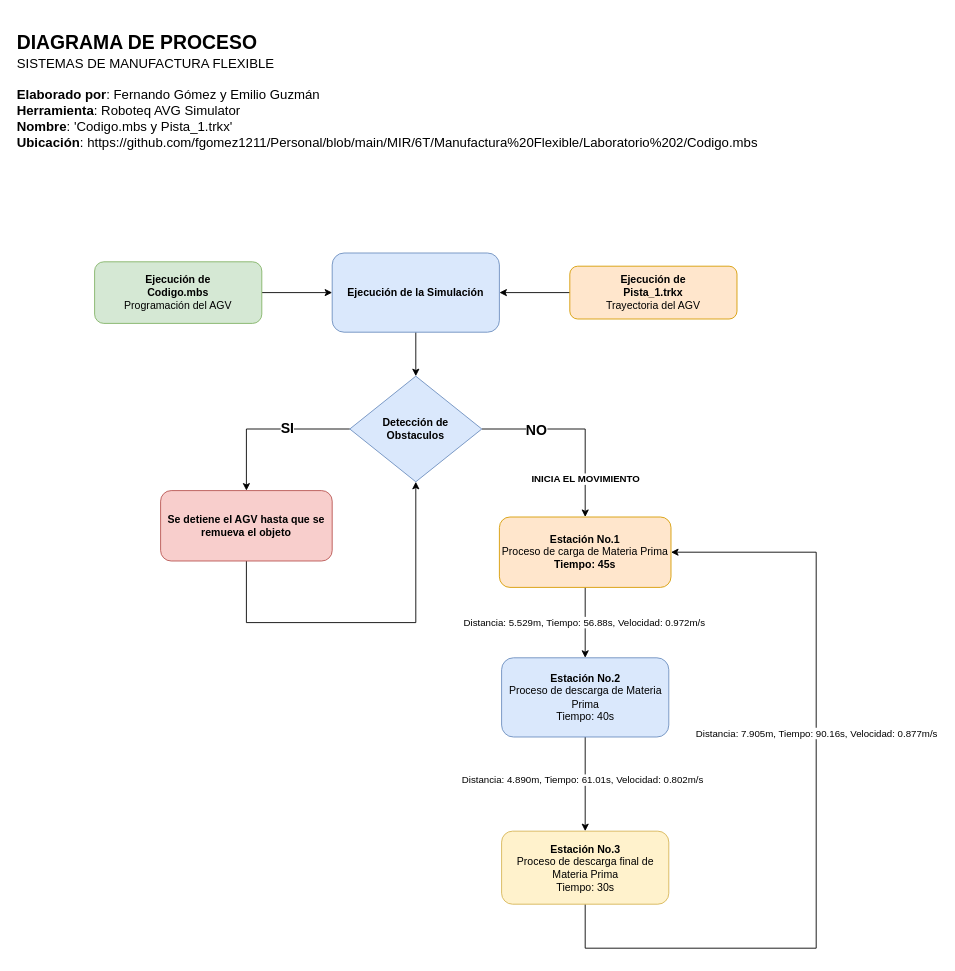
Above: MIR/6T/Automatizacion de Procesos Industriales/Laboratorio 2/Laboratorio 2 - Diagrama de Proceso.drawio in fgomez1211/Personal (draw.io), before the change. Source tidied: cells renumbered, new cells numbered last; positions are measured from the earlier drawing's top-left corner, leaving out a move shared by most shapes. Both pictures are drawn from the tidied source at 88%, with x=0, y=0 at pixel (15, 15).
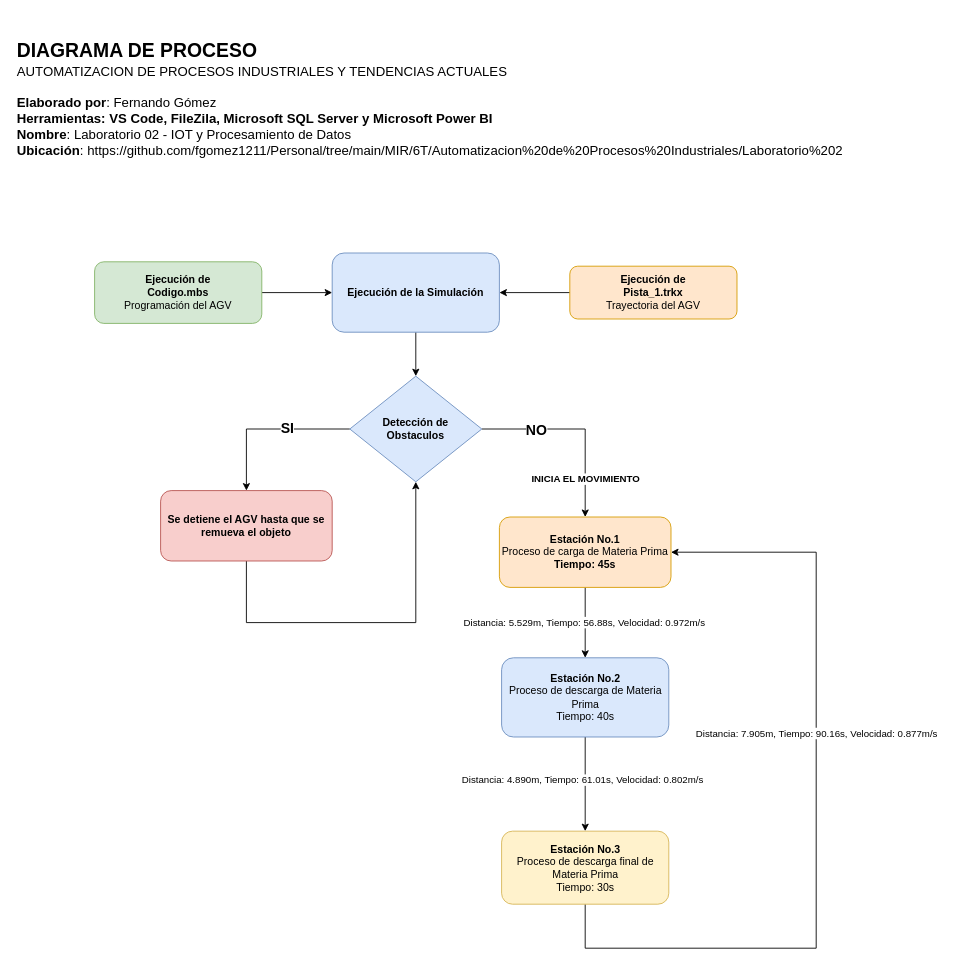
Above is the later version.

Diff of the diagram source:
```diff
@@
-    <mxCell id="9" value="&lt;b style=&quot;font-size: 22px;&quot;&gt;DIAGRAMA DE PROCESO&lt;br&gt;&lt;/b&gt;&lt;font style=&quot;font-size: 15px;&quot;&gt;&lt;span style=&quot;font-size: 15px;&quot;&gt;SISTEMAS DE MANUFACTURA FLEXIBLE&lt;br&gt;&lt;/span&gt;&lt;br&gt;&lt;span style=&quot;font-size: 15px;&quot;&gt;&lt;b&gt;Elaborado por&lt;/b&gt;: Fernando Gómez y Emilio Guzmán&lt;/span&gt;&lt;br&gt;&lt;span style=&quot;font-size: 15px;&quot;&gt;&lt;b&gt;Herramienta&lt;/b&gt;: Roboteq AVG Simulator&lt;/span&gt;&lt;br&gt;&lt;span style=&quot;font-size: 15px;&quot;&gt;&lt;b&gt;Nombre&lt;/b&gt;: 'Codigo.mbs y Pista_1.trkx'&lt;/span&gt;&lt;br&gt;&lt;font style=&quot;font-size: 15px;&quot;&gt;&lt;b&gt;Ubicación&lt;/b&gt;:&amp;nbsp;https://github.com/fgomez1211/Personal/blob/main/MIR/6T/Manufactura%20Flexible/Laboratorio%202/Codigo.mbs&lt;br&gt;&lt;/font&gt;&lt;br&gt;&lt;/font&gt;" style="text;html=1;strokeColor=none;fillColor=none;align=left;verticalAlign=middle;whiteSpace=wrap;rounded=0;" parent="1" vertex="1">
-      <mxGeometry width="860" height="190" as="geometry" />
+    <mxCell id="9" value="&lt;b style=&quot;font-size: 22px;&quot;&gt;DIAGRAMA DE PROCESO&lt;br&gt;&lt;/b&gt;&lt;font style=&quot;font-size: 15px;&quot;&gt;AUTOMATIZACION DE PROCESOS INDUSTRIALES Y TENDENCIAS ACTUALES&lt;br&gt;&lt;br&gt;&lt;span style=&quot;font-size: 15px;&quot;&gt;&lt;b&gt;Elaborado por&lt;/b&gt;: Fernando Gómez&lt;/span&gt;&lt;br&gt;&lt;span style=&quot;font-size: 15px;&quot;&gt;&lt;b&gt;Herramientas: VS Code, FileZila, Microsoft SQL Server y Microsoft Power BI&lt;/b&gt;&lt;/span&gt;&lt;br&gt;&lt;span style=&quot;font-size: 15px;&quot;&gt;&lt;b&gt;Nombre&lt;/b&gt;: Laboratorio 02 - IOT y Procesamiento de Datos&lt;/span&gt;&lt;br&gt;&lt;font style=&quot;font-size: 15px;&quot;&gt;&lt;b&gt;Ubicación&lt;/b&gt;:&amp;nbsp;https://github.com/fgomez1211/Personal/tree/main/MIR/6T/Automatizacion%20de%20Procesos%20Industriales/Laboratorio%202&lt;/font&gt;&lt;br&gt;&lt;/font&gt;" style="text;html=1;strokeColor=none;fillColor=none;align=left;verticalAlign=middle;whiteSpace=wrap;rounded=0;" parent="1" vertex="1">
+      <mxGeometry width="970" height="190" as="geometry" />
     </mxCell>
```
